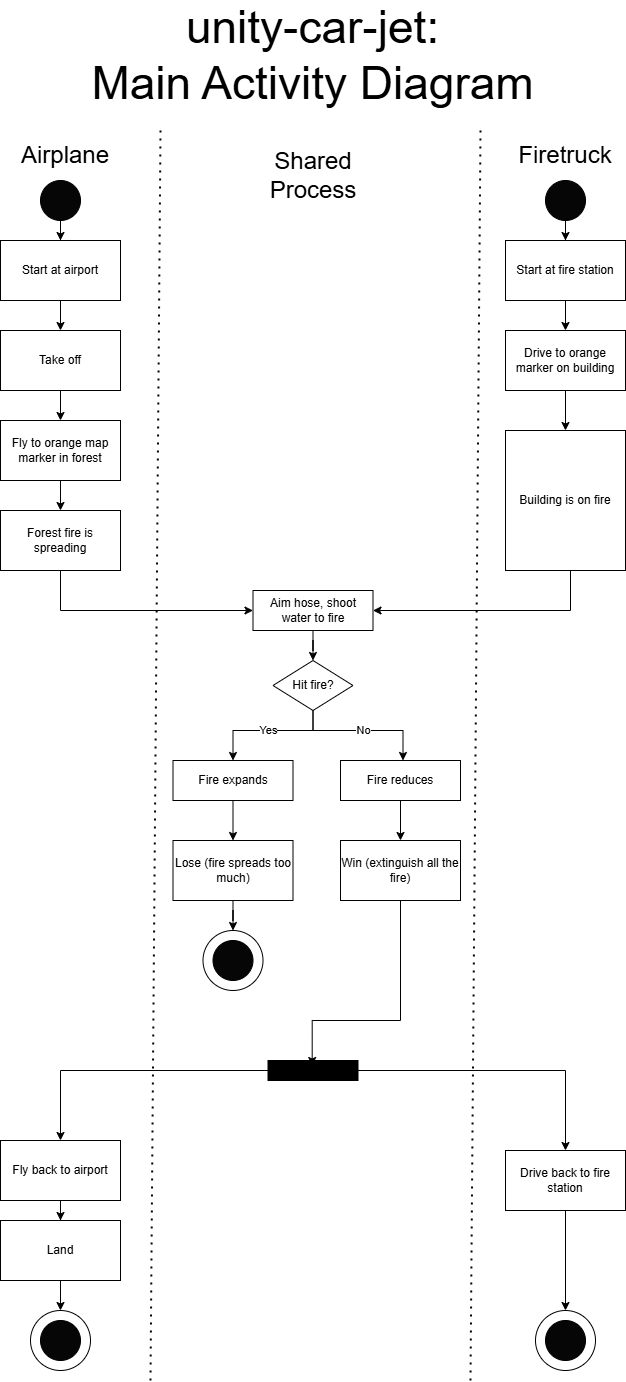
This is docs/images/main_activity.drawio.png from XLRSeatingBuck-Org/unity-car-jet, a draw.io export, as it was before one commit. Source tidied: cells renumbered, new cells last; positions are measured from the earlier drawing's top-left corner, leaving out a move shared by most shapes.
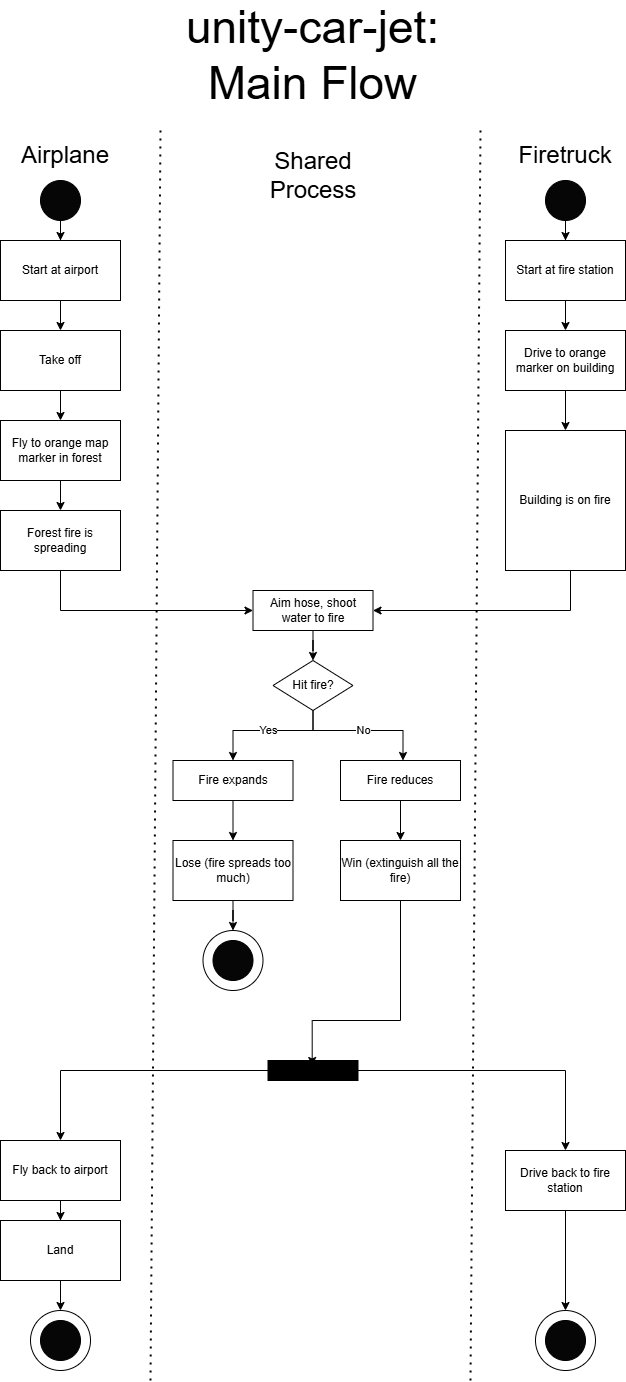
The same diagram one commit later.

Diff of the diagram source:
```diff
@@ -98,7 +98,7 @@
     <mxCell id="27" value="Building is on fire" style="rounded=0;whiteSpace=wrap;html=1;" parent="1" vertex="1">
       <mxGeometry x="505" y="420" width="120" height="140" as="geometry" />
     </mxCell>
-    <mxCell id="28" value="&lt;div&gt;&lt;span style=&quot;font-size: 46px;&quot;&gt;unity-car-jet:&lt;/span&gt;&lt;/div&gt;&lt;span style=&quot;font-size: 46px;&quot;&gt;Main Activity Diagram&lt;/span&gt;" style="text;html=1;align=center;verticalAlign=middle;whiteSpace=wrap;rounded=0;" parent="1" vertex="1">
+    <mxCell id="28" value="&lt;div&gt;&lt;span style=&quot;font-size: 46px;&quot;&gt;unity-car-jet:&lt;/span&gt;&lt;/div&gt;&lt;span style=&quot;font-size: 46px;&quot;&gt;Main Flow&lt;/span&gt;" style="text;html=1;align=center;verticalAlign=middle;whiteSpace=wrap;rounded=0;" parent="1" vertex="1">
       <mxGeometry x="30" width="565" height="90" as="geometry" />
     </mxCell>
     <mxCell id="29" style="edgeStyle=orthogonalEdgeStyle;rounded=0;jettySize=auto;html=1;entryX=0.5;entryY=0;entryDx=0;entryDy=0;" parent="1" edge="1" source="30" target="52">
```
